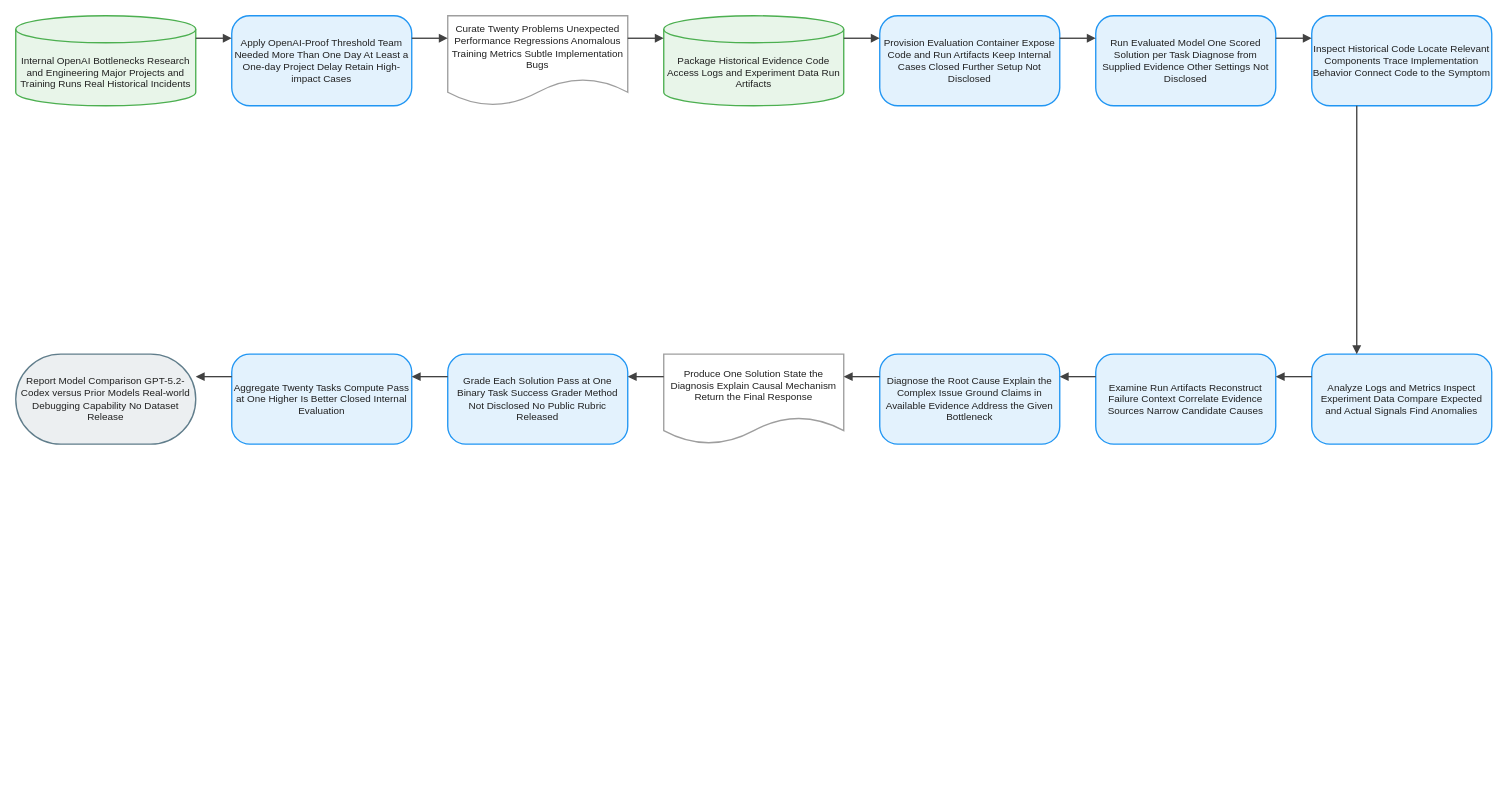
Above: client/public/drawio/OpenAI-Proof_Q&A/OpenAI-Proof_Q&A.en.drawio in joe1chief/benchmark-hub (draw.io), before the change. Source tidied: cells renumbered, new cells numbered last; positions are measured from the earlier drawing's top-left corner, leaving out a move shared by most shapes. Both pictures are drawn from the tidied source at 90%, with x=0, y=0 at pixel (15, 15).
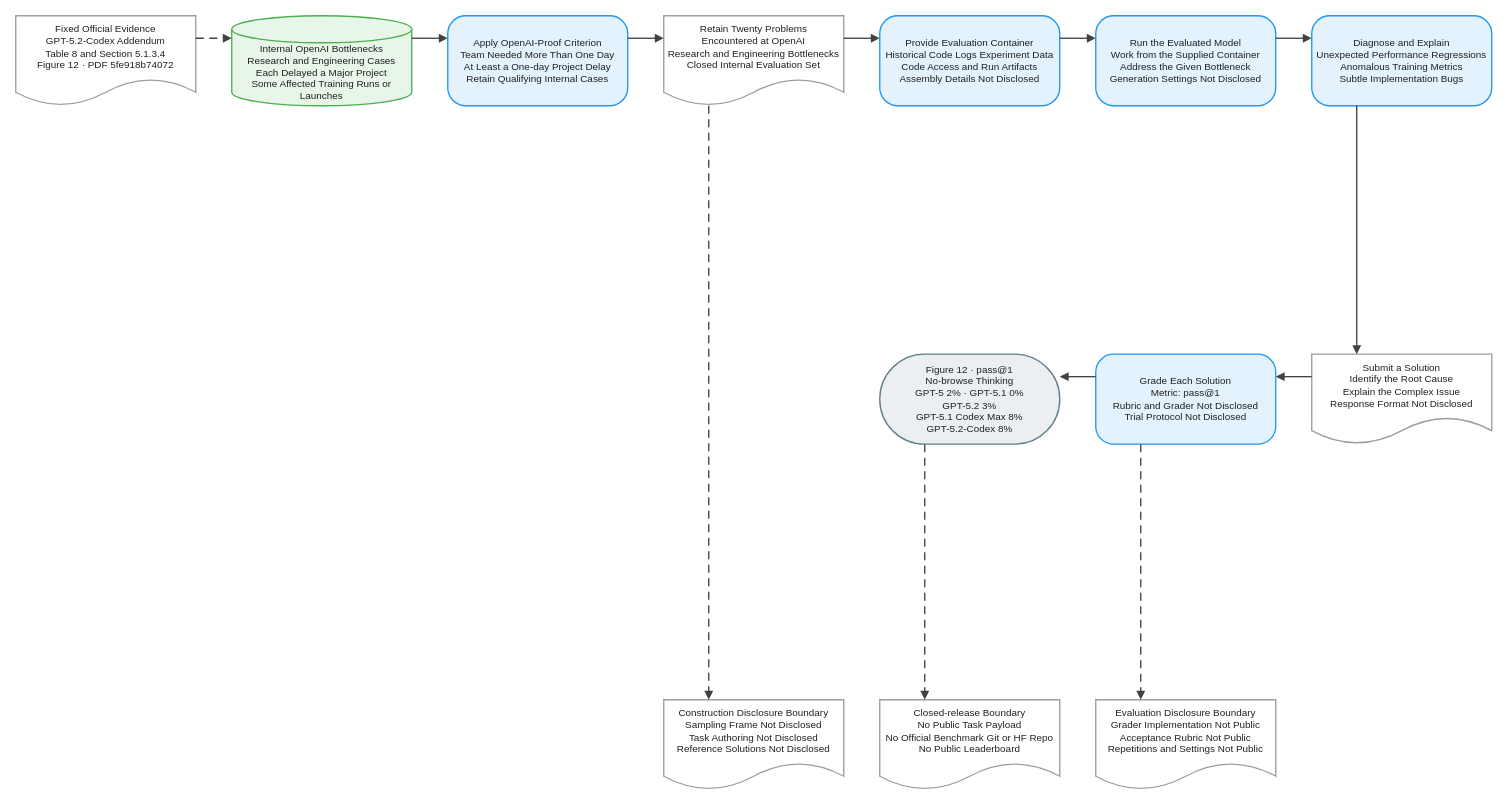
The same page after the edit.

Change to the diagram source:
```diff
@@
-    <mxCell id="2" value="Internal OpenAI Bottlenecks Research and Engineering Major Projects and Training Runs Real Historical Incidents" style="shape=cylinder3;boundedLbl=1;backgroundOutline=1;size=15;html=1;whiteSpace=wrap;fillColor=#E8F5E9;strokeColor=#4CAF50;strokeWidth=1.5;fontColor=#212121;fontSize=11;fontFamily=Arial, Helvetica, sans-serif;verticalAlign=middle;align=center;" parent="1" vertex="1">
+    <mxCell id="2" value="Fixed Official Evidence&#10;GPT-5.2-Codex Addendum&#10;Table 8 and Section 5.1.3.4&#10;Figure 12 · PDF 5fe918b74072" style="shape=document;boundedLbl=1;html=0;convertToSvg=1;whiteSpace=wrap;fillColor=#FFFFFF;strokeColor=#9E9E9E;strokeWidth=1.5;fontColor=#212121;fontSize=11;fontFamily=Arial, Helvetica, sans-serif;verticalAlign=middle;align=center;" parent="1" vertex="1">
       <mxGeometry width="200" height="100" as="geometry" />
     </mxCell>
-    <mxCell id="3" value="Apply OpenAI-Proof Threshold Team Needed More Than One Day At Least a One-day Project Delay Retain High-impact Cases" style="rounded=1;arcSize=20;html=1;whiteSpace=wrap;fillColor=#E3F2FD;strokeColor=#2196F3;strokeWidth=1.5;fontColor=#212121;fontSize=11;fontFamily=Arial, Helvetica, sans-serif;verticalAlign=middle;align=center;" parent="1" vertex="1">
+    <mxCell id="3" value="Internal OpenAI Bottlenecks&#10;Research and Engineering Cases&#10;Each Delayed a Major Project&#10;Some Affected Training Runs or Launches" style="shape=cylinder3;boundedLbl=1;backgroundOutline=1;size=15;html=0;convertToSvg=1;whiteSpace=wrap;fillColor=#E8F5E9;strokeColor=#4CAF50;strokeWidth=1.5;fontColor=#212121;fontSize=11;fontFamily=Arial, Helvetica, sans-serif;verticalAlign=middle;align=center;" parent="1" vertex="1">
       <mxGeometry x="240" width="200" height="100" as="geometry" />
     </mxCell>
-    <mxCell id="4" value="Curate Twenty Problems Unexpected Performance Regressions Anomalous Training Metrics Subtle Implementation Bugs" style="shape=document;boundedLbl=1;html=1;whiteSpace=wrap;fillColor=#FFFFFF;strokeColor=#9E9E9E;strokeWidth=1.5;fontColor=#212121;fontSize=11;fontFamily=Arial, Helvetica, sans-serif;verticalAlign=middle;align=center;" parent="1" vertex="1">
+    <mxCell id="4" value="Apply OpenAI-Proof Criterion&#10;Team Needed More Than One Day&#10;At Least a One-day Project Delay&#10;Retain Qualifying Internal Cases" style="rounded=1;arcSize=20;html=0;convertToSvg=1;whiteSpace=wrap;fillColor=#E3F2FD;strokeColor=#2196F3;strokeWidth=1.5;fontColor=#212121;fontSize=11;fontFamily=Arial, Helvetica, sans-serif;verticalAlign=middle;align=center;" parent="1" vertex="1">
       <mxGeometry x="480" width="200" height="100" as="geometry" />
     </mxCell>
-    <mxCell id="5" value="Package Historical Evidence Code Access Logs and Experiment Data Run Artifacts" style="shape=cylinder3;boundedLbl=1;backgroundOutline=1;size=15;html=1;whiteSpace=wrap;fillColor=#E8F5E9;strokeColor=#4CAF50;strokeWidth=1.5;fontColor=#212121;fontSize=11;fontFamily=Arial, Helvetica, sans-serif;verticalAlign=middle;align=center;" parent="1" vertex="1">
+    <mxCell id="5" value="Retain Twenty Problems&#10;Encountered at OpenAI&#10;Research and Engineering Bottlenecks&#10;Closed Internal Evaluation Set" style="shape=document;boundedLbl=1;html=0;convertToSvg=1;whiteSpace=wrap;fillColor=#FFFFFF;strokeColor=#9E9E9E;strokeWidth=1.5;fontColor=#212121;fontSize=11;fontFamily=Arial, Helvetica, sans-serif;verticalAlign=middle;align=center;" parent="1" vertex="1">
       <mxGeometry x="720" width="200" height="100" as="geometry" />
     </mxCell>
-    <mxCell id="6" value="Provision Evaluation Container Expose Code and Run Artifacts Keep Internal Cases Closed Further Setup Not Disclosed" style="rounded=1;arcSize=20;html=1;whiteSpace=wrap;fillColor=#E3F2FD;strokeColor=#2196F3;strokeWidth=1.5;fontColor=#212121;fontSize=11;fontFamily=Arial, Helvetica, sans-serif;verticalAlign=middle;align=center;" parent="1" vertex="1">
+    <mxCell id="6" value="Provide Evaluation Container&#10;Historical Code Logs Experiment Data&#10;Code Access and Run Artifacts&#10;Assembly Details Not Disclosed" style="rounded=1;arcSize=20;html=0;convertToSvg=1;whiteSpace=wrap;fillColor=#E3F2FD;strokeColor=#2196F3;strokeWidth=1.5;fontColor=#212121;fontSize=11;fontFamily=Arial, Helvetica, sans-serif;verticalAlign=middle;align=center;" parent="1" vertex="1">
       <mxGeometry x="960" width="200" height="100" as="geometry" />
     </mxCell>
-    <mxCell id="7" value="Run Evaluated Model One Scored Solution per Task Diagnose from Supplied Evidence Other Settings Not Disclosed" style="rounded=1;arcSize=20;html=1;whiteSpace=wrap;fillColor=#E3F2FD;strokeColor=#2196F3;strokeWidth=1.5;fontColor=#212121;fontSize=11;fontFamily=Arial, Helvetica, sans-serif;verticalAlign=middle;align=center;" parent="1" vertex="1">
+    <mxCell id="7" value="Run the Evaluated Model&#10;Work from the Supplied Container&#10;Address the Given Bottleneck&#10;Generation Settings Not Disclosed" style="rounded=1;arcSize=20;html=0;convertToSvg=1;whiteSpace=wrap;fillColor=#E3F2FD;strokeColor=#2196F3;strokeWidth=1.5;fontColor=#212121;fontSize=11;fontFamily=Arial, Helvetica, sans-serif;verticalAlign=middle;align=center;" parent="1" vertex="1">
       <mxGeometry x="1200" width="200" height="100" as="geometry" />
     </mxCell>
-    <mxCell id="8" value="Inspect Historical Code Locate Relevant Components Trace Implementation Behavior Connect Code to the Symptom" style="rounded=1;arcSize=20;html=1;whiteSpace=wrap;fillColor=#E3F2FD;strokeColor=#2196F3;strokeWidth=1.5;fontColor=#212121;fontSize=11;fontFamily=Arial, Helvetica, sans-serif;verticalAlign=middle;align=center;" parent="1" vertex="1">
+    <mxCell id="8" value="Diagnose and Explain&#10;Unexpected Performance Regressions&#10;Anomalous Training Metrics&#10;Subtle Implementation Bugs" style="rounded=1;arcSize=20;html=0;convertToSvg=1;whiteSpace=wrap;fillColor=#E3F2FD;strokeColor=#2196F3;strokeWidth=1.5;fontColor=#212121;fontSize=11;fontFamily=Arial, Helvetica, sans-serif;verticalAlign=middle;align=center;" parent="1" vertex="1">
       <mxGeometry x="1440" width="200" height="100" as="geometry" />
     </mxCell>
-    <mxCell id="9" value="Analyze Logs and Metrics Inspect Experiment Data Compare Expected and Actual Signals Find Anomalies" style="rounded=1;arcSize=20;html=1;whiteSpace=wrap;fillColor=#E3F2FD;strokeColor=#2196F3;strokeWidth=1.5;fontColor=#212121;fontSize=11;fontFamily=Arial, Helvetica, sans-serif;verticalAlign=middle;align=center;" parent="1" vertex="1">
+    <mxCell id="9" value="Submit a Solution&#10;Identify the Root Cause&#10;Explain the Complex Issue&#10;Response Format Not Disclosed" style="shape=document;boundedLbl=1;html=0;convertToSvg=1;whiteSpace=wrap;fillColor=#FFFFFF;strokeColor=#9E9E9E;strokeWidth=1.5;fontColor=#212121;fontSize=11;fontFamily=Arial, Helvetica, sans-serif;verticalAlign=middle;align=center;" parent="1" vertex="1">
       <mxGeometry x="1440" y="376" width="200" height="100" as="geometry" />
     </mxCell>
-    <mxCell id="10" value="Examine Run Artifacts Reconstruct Failure Context Correlate Evidence Sources Narrow Candidate Causes" style="rounded=1;arcSize=20;html=1;whiteSpace=wrap;fillColor=#E3F2FD;strokeColor=#2196F3;strokeWidth=1.5;fontColor=#212121;fontSize=11;fontFamily=Arial, Helvetica, sans-serif;verticalAlign=middle;align=center;" parent="1" vertex="1">
+    <mxCell id="10" value="Grade Each Solution&#10;Metric: pass@1&#10;Rubric and Grader Not Disclosed&#10;Trial Protocol Not Disclosed" style="rounded=1;arcSize=20;html=0;convertToSvg=1;whiteSpace=wrap;fillColor=#E3F2FD;strokeColor=#2196F3;strokeWidth=1.5;fontColor=#212121;fontSize=11;fontFamily=Arial, Helvetica, sans-serif;verticalAlign=middle;align=center;" parent="1" vertex="1">
       <mxGeometry x="1200" y="376" width="200" height="100" as="geometry" />
     </mxCell>
-    <mxCell id="11" value="Diagnose the Root Cause Explain the Complex Issue Ground Claims in Available Evidence Address the Given Bottleneck" style="rounded=1;arcSize=20;html=1;whiteSpace=wrap;fillColor=#E3F2FD;strokeColor=#2196F3;strokeWidth=1.5;fontColor=#212121;fontSize=11;fontFamily=Arial, Helvetica, sans-serif;verticalAlign=middle;align=center;" parent="1" vertex="1">
+    <mxCell id="11" value="Figure 12 · pass@1&#10;No-browse Thinking&#10;GPT-5 2% · GPT-5.1 0%&#10;GPT-5.2 3%&#10;GPT-5.1 Codex Max 8%&#10;GPT-5.2-Codex 8%" style="rounded=1;arcSize=50;html=0;convertToSvg=1;whiteSpace=wrap;fillColor=#ECEFF1;strokeColor=#607D8B;strokeWidth=1.5;fontColor=#212121;fontSize=11;fontFamily=Arial, Helvetica, sans-serif;verticalAlign=middle;align=center;" parent="1" vertex="1">
       <mxGeometry x="960" y="376" width="200" height="100" as="geometry" />
     </mxCell>
-    <mxCell id="12" value="Produce One Solution State the Diagnosis Explain Causal Mechanism Return the Final Response" style="shape=document;boundedLbl=1;html=1;whiteSpace=wrap;fillColor=#FFFFFF;strokeColor=#9E9E9E;strokeWidth=1.5;fontColor=#212121;fontSize=11;fontFamily=Arial, Helvetica, sans-serif;verticalAlign=middle;align=center;" parent="1" vertex="1">
-      <mxGeometry x="720" y="376" width="200" height="100" as="geometry" />
+    <mxCell id="12" value="Construction Disclosure Boundary&#10;Sampling Frame Not Disclosed&#10;Task Authoring Not Disclosed&#10;Reference Solutions Not Disclosed" style="shape=document;boundedLbl=1;html=0;convertToSvg=1;whiteSpace=wrap;fillColor=#FFFFFF;strokeColor=#9E9E9E;strokeWidth=1.5;fontColor=#212121;fontSize=11;fontFamily=Arial, Helvetica, sans-serif;verticalAlign=middle;align=center;" parent="1" vertex="1">
+      <mxGeometry x="720" y="760" width="200" height="100" as="geometry" />
     </mxCell>
-    <mxCell id="13" value="Grade Each Solution Pass at One Binary Task Success Grader Method Not Disclosed No Public Rubric Released" style="rounded=1;arcSize=20;html=1;whiteSpace=wrap;fillColor=#E3F2FD;strokeColor=#2196F3;strokeWidth=1.5;fontColor=#212121;fontSize=11;fontFamily=Arial, Helvetica, sans-serif;verticalAlign=middle;align=center;" parent="1" vertex="1">
-      <mxGeometry x="480" y="376" width="200" height="100" as="geometry" />
+    <mxCell id="13" value="Evaluation Disclosure Boundary&#10;Grader Implementation Not Public&#10;Acceptance Rubric Not Public&#10;Repetitions and Settings Not Public" style="shape=document;boundedLbl=1;html=0;convertToSvg=1;whiteSpace=wrap;fillColor=#FFFFFF;strokeColor=#9E9E9E;strokeWidth=1.5;fontColor=#212121;fontSize=11;fontFamily=Arial, Helvetica, sans-serif;verticalAlign=middle;align=center;" parent="1" vertex="1">
+      <mxGeometry x="1200" y="760" width="200" height="100" as="geometry" />
     </mxCell>
-    <mxCell id="14" value="Aggregate Twenty Tasks Compute Pass at One Higher Is Better Closed Internal Evaluation" style="rounded=1;arcSize=20;html=1;whiteSpace=wrap;fillColor=#E3F2FD;strokeColor=#2196F3;strokeWidth=1.5;fontColor=#212121;fontSize=11;fontFamily=Arial, Helvetica, sans-serif;verticalAlign=middle;align=center;" parent="1" vertex="1">
-      <mxGeometry x="240" y="376" width="200" height="100" as="geometry" />
+    <mxCell id="14" value="Closed-release Boundary&#10;No Public Task Payload&#10;No Official Benchmark Git or HF Repo&#10;No Public Leaderboard" style="shape=document;boundedLbl=1;html=0;convertToSvg=1;whiteSpace=wrap;fillColor=#FFFFFF;strokeColor=#9E9E9E;strokeWidth=1.5;fontColor=#212121;fontSize=11;fontFamily=Arial, Helvetica, sans-serif;verticalAlign=middle;align=center;" parent="1" vertex="1">
+      <mxGeometry x="960" y="760" width="200" height="100" as="geometry" />
     </mxCell>
-    <mxCell id="15" value="Report Model Comparison GPT-5.2-Codex versus Prior Models Real-world Debugging Capability No Dataset Release" style="rounded=1;arcSize=50;html=1;whiteSpace=wrap;fillColor=#ECEFF1;strokeColor=#607D8B;strokeWidth=1.5;fontColor=#212121;fontSize=11;fontFamily=Arial, Helvetica, sans-serif;verticalAlign=middle;align=center;" parent="1" vertex="1">
-      <mxGeometry y="376" width="200" height="100" as="geometry" />
+    <mxCell id="15" style="edgeStyle=orthogonalEdgeStyle;rounded=0;jettySize=auto;html=0;convertToSvg=1;strokeColor=#424242;strokeWidth=1.5;endArrow=block;endFill=1;exitX=1;exitY=0.25;exitDx=0;exitDy=0;entryX=0;entryY=0.25;entryDx=0;entryDy=0;dashed=1;dashPattern=6 4;jumpStyle=arc;jumpSize=8;" parent="1" edge="1" source="2" target="3">
+      <mxGeometry relative="1" as="geometry" />
     </mxCell>
-    <mxCell id="16" style="edgeStyle=orthogonalEdgeStyle;rounded=0;jettySize=auto;html=1;strokeColor=#424242;strokeWidth=1.5;endArrow=block;endFill=1;exitX=1;exitY=0.25;exitDx=0;exitDy=0;entryX=0;entryY=0.25;entryDx=0;entryDy=0;jumpStyle=arc;jumpSize=8;" parent="1" edge="1" source="2" target="3">
+    <mxCell id="16" style="edgeStyle=orthogonalEdgeStyle;rounded=0;jettySize=auto;html=0;convertToSvg=1;strokeColor=#424242;strokeWidth=1.5;endArrow=block;endFill=1;exitX=1;exitY=0.25;exitDx=0;exitDy=0;entryX=0;entryY=0.25;entryDx=0;entryDy=0;jumpStyle=arc;jumpSize=8;" parent="1" edge="1" source="3" target="4">
       <mxGeometry relative="1" as="geometry" />
     </mxCell>
-    <mxCell id="17" style="edgeStyle=orthogonalEdgeStyle;rounded=0;jettySize=auto;html=1;strokeColor=#424242;strokeWidth=1.5;endArrow=block;endFill=1;exitX=1;exitY=0.25;exitDx=0;exitDy=0;entryX=0;entryY=0.25;entryDx=0;entryDy=0;jumpStyle=arc;jumpSize=8;" parent="1" edge="1" source="3" target="4">
+    <mxCell id="17" style="edgeStyle=orthogonalEdgeStyle;rounded=0;jettySize=auto;html=0;convertToSvg=1;strokeColor=#424242;strokeWidth=1.5;endArrow=block;endFill=1;exitX=1;exitY=0.25;exitDx=0;exitDy=0;entryX=0;entryY=0.25;entryDx=0;entryDy=0;jumpStyle=arc;jumpSize=8;" parent="1" edge="1" source="4" target="5">
       <mxGeometry relative="1" as="geometry" />
     </mxCell>
-    <mxCell id="18" style="edgeStyle=orthogonalEdgeStyle;rounded=0;jettySize=auto;html=1;strokeColor=#424242;strokeWidth=1.5;endArrow=block;endFill=1;exitX=1;exitY=0.25;exitDx=0;exitDy=0;entryX=0;entryY=0.25;entryDx=0;entryDy=0;jumpStyle=arc;jumpSize=8;" parent="1" edge="1" source="4" target="5">
+    <mxCell id="18" style="edgeStyle=orthogonalEdgeStyle;rounded=0;jettySize=auto;html=0;convertToSvg=1;strokeColor=#424242;strokeWidth=1.5;endArrow=block;endFill=1;exitX=1;exitY=0.25;exitDx=0;exitDy=0;entryX=0;entryY=0.25;entryDx=0;entryDy=0;jumpStyle=arc;jumpSize=8;" parent="1" edge="1" source="5" target="6">
       <mxGeometry relative="1" as="geometry" />
     </mxCell>
-    <mxCell id="19" style="edgeStyle=orthogonalEdgeStyle;rounded=0;jettySize=auto;html=1;strokeColor=#424242;strokeWidth=1.5;endArrow=block;endFill=1;exitX=1;exitY=0.25;exitDx=0;exitDy=0;entryX=0;entryY=0.25;entryDx=0;entryDy=0;jumpStyle=arc;jumpSize=8;" parent="1" edge="1" source="5" target="6">
+    <mxCell id="19" style="edgeStyle=orthogonalEdgeStyle;rounded=0;jettySize=auto;html=0;convertToSvg=1;strokeColor=#424242;strokeWidth=1.5;endArrow=block;endFill=1;exitX=1;exitY=0.25;exitDx=0;exitDy=0;entryX=0;entryY=0.25;entryDx=0;entryDy=0;jumpStyle=arc;jumpSize=8;" parent="1" edge="1" source="6" target="7">
       <mxGeometry relative="1" as="geometry" />
     </mxCell>
-    <mxCell id="20" style="edgeStyle=orthogonalEdgeStyle;rounded=0;jettySize=auto;html=1;strokeColor=#424242;strokeWidth=1.5;endArrow=block;endFill=1;exitX=1;exitY=0.25;exitDx=0;exitDy=0;entryX=0;entryY=0.25;entryDx=0;entryDy=0;jumpStyle=arc;jumpSize=8;" parent="1" edge="1" source="6" target="7">
+    <mxCell id="20" style="edgeStyle=orthogonalEdgeStyle;rounded=0;jettySize=auto;html=0;convertToSvg=1;strokeColor=#424242;strokeWidth=1.5;endArrow=block;endFill=1;exitX=1;exitY=0.25;exitDx=0;exitDy=0;entryX=0;entryY=0.25;entryDx=0;entryDy=0;jumpStyle=arc;jumpSize=8;" parent="1" edge="1" source="7" target="8">
       <mxGeometry relative="1" as="geometry" />
     </mxCell>
-    <mxCell id="21" style="edgeStyle=orthogonalEdgeStyle;rounded=0;jettySize=auto;html=1;strokeColor=#424242;strokeWidth=1.5;endArrow=block;endFill=1;exitX=1;exitY=0.25;exitDx=0;exitDy=0;entryX=0;entryY=0.25;entryDx=0;entryDy=0;jumpStyle=arc;jumpSize=8;" parent="1" edge="1" source="7" target="8">
+    <mxCell id="21" style="edgeStyle=orthogonalEdgeStyle;rounded=0;jettySize=auto;html=0;convertToSvg=1;strokeColor=#424242;strokeWidth=1.5;endArrow=block;endFill=1;exitX=0.25;exitY=1;exitDx=0;exitDy=0;entryX=0.25;entryY=0;entryDx=0;entryDy=0;jumpStyle=arc;jumpSize=8;" parent="1" edge="1" source="8" target="9">
       <mxGeometry relative="1" as="geometry" />
     </mxCell>
-    <mxCell id="22" style="edgeStyle=orthogonalEdgeStyle;rounded=0;jettySize=auto;html=1;strokeColor=#424242;strokeWidth=1.5;endArrow=block;endFill=1;exitX=0.25;exitY=1;exitDx=0;exitDy=0;entryX=0.25;entryY=0;entryDx=0;entryDy=0;jumpStyle=arc;jumpSize=8;" parent="1" edge="1" source="8" target="9">
+    <mxCell id="22" style="edgeStyle=orthogonalEdgeStyle;rounded=0;jettySize=auto;html=0;convertToSvg=1;strokeColor=#424242;strokeWidth=1.5;endArrow=block;endFill=1;exitX=0;exitY=0.25;exitDx=0;exitDy=0;entryX=1;entryY=0.25;entryDx=0;entryDy=0;jumpStyle=arc;jumpSize=8;" parent="1" edge="1" source="9" target="10">
       <mxGeometry relative="1" as="geometry" />
     </mxCell>
-    <mxCell id="23" style="edgeStyle=orthogonalEdgeStyle;rounded=0;jettySize=auto;html=1;strokeColor=#424242;strokeWidth=1.5;endArrow=block;endFill=1;exitX=0;exitY=0.25;exitDx=0;exitDy=0;entryX=1;entryY=0.25;entryDx=0;entryDy=0;jumpStyle=arc;jumpSize=8;" parent="1" edge="1" source="9" target="10">
+    <mxCell id="23" style="edgeStyle=orthogonalEdgeStyle;rounded=0;jettySize=auto;html=0;convertToSvg=1;strokeColor=#424242;strokeWidth=1.5;endArrow=block;endFill=1;exitX=0;exitY=0.25;exitDx=0;exitDy=0;entryX=1;entryY=0.25;entryDx=0;entryDy=0;jumpStyle=arc;jumpSize=8;" parent="1" edge="1" source="10" target="11">
       <mxGeometry relative="1" as="geometry" />
     </mxCell>
-    <mxCell id="24" style="edgeStyle=orthogonalEdgeStyle;rounded=0;jettySize=auto;html=1;strokeColor=#424242;strokeWidth=1.5;endArrow=block;endFill=1;exitX=0;exitY=0.25;exitDx=0;exitDy=0;entryX=1;entryY=0.25;entryDx=0;entryDy=0;jumpStyle=arc;jumpSize=8;" parent="1" edge="1" source="10" target="11">
+    <mxCell id="24" style="edgeStyle=orthogonalEdgeStyle;rounded=0;jettySize=auto;html=0;convertToSvg=1;strokeColor=#424242;strokeWidth=1.5;endArrow=block;endFill=1;exitX=0.25;exitY=1;exitDx=0;exitDy=0;entryX=0.25;entryY=0;entryDx=0;entryDy=0;dashed=1;dashPattern=6 4;jumpStyle=arc;jumpSize=8;" parent="1" edge="1" source="5" target="12">
       <mxGeometry relative="1" as="geometry" />
     </mxCell>
-    <mxCell id="25" style="edgeStyle=orthogonalEdgeStyle;rounded=0;jettySize=auto;html=1;strokeColor=#424242;strokeWidth=1.5;endArrow=block;endFill=1;exitX=0;exitY=0.25;exitDx=0;exitDy=0;entryX=1;entryY=0.25;entryDx=0;entryDy=0;jumpStyle=arc;jumpSize=8;" parent="1" edge="1" source="11" target="12">
+    <mxCell id="25" style="edgeStyle=orthogonalEdgeStyle;rounded=0;jettySize=auto;html=0;convertToSvg=1;strokeColor=#424242;strokeWidth=1.5;endArrow=block;endFill=1;exitX=0.25;exitY=1;exitDx=0;exitDy=0;entryX=0.25;entryY=0;entryDx=0;entryDy=0;dashed=1;dashPattern=6 4;jumpStyle=arc;jumpSize=8;" parent="1" edge="1" source="10" target="13">
       <mxGeometry relative="1" as="geometry" />
     </mxCell>
-    <mxCell id="26" style="edgeStyle=orthogonalEdgeStyle;rounded=0;jettySize=auto;html=1;strokeColor=#424242;strokeWidth=1.5;endArrow=block;endFill=1;exitX=0;exitY=0.25;exitDx=0;exitDy=0;entryX=1;entryY=0.25;entryDx=0;entryDy=0;jumpStyle=arc;jumpSize=8;" parent="1" edge="1" source="12" target="13">
+    <mxCell id="26" style="edgeStyle=orthogonalEdgeStyle;rounded=0;jettySize=auto;html=0;convertToSvg=1;strokeColor=#424242;strokeWidth=1.5;endArrow=block;endFill=1;exitX=0.25;exitY=1;exitDx=0;exitDy=0;entryX=0.25;entryY=0;entryDx=0;entryDy=0;dashed=1;dashPattern=6 4;jumpStyle=arc;jumpSize=8;" parent="1" edge="1" source="11" target="14">
       <mxGeometry relative="1" as="geometry" />
     </mxCell>
-    <mxCell id="27" style="edgeStyle=orthogonalEdgeStyle;rounded=0;jettySize=auto;html=1;strokeColor=#424242;strokeWidth=1.5;endArrow=block;endFill=1;exitX=0;exitY=0.25;exitDx=0;exitDy=0;entryX=1;entryY=0.25;entryDx=0;entryDy=0;jumpStyle=arc;jumpSize=8;" parent="1" edge="1" source="13" target="14">
-      <mxGeometry relative="1" as="geometry" />
-    </mxCell>
-    <mxCell id="28" style="edgeStyle=orthogonalEdgeStyle;rounded=0;jettySize=auto;html=1;strokeColor=#424242;strokeWidth=1.5;endArrow=block;endFill=1;exitX=0;exitY=0.25;exitDx=0;exitDy=0;entryX=1;entryY=0.25;entryDx=0;entryDy=0;jumpStyle=arc;jumpSize=8;" parent="1" edge="1" source="14" target="15">
-      <mxGeometry relative="1" as="geometry" />
-    </mxCell>
```
